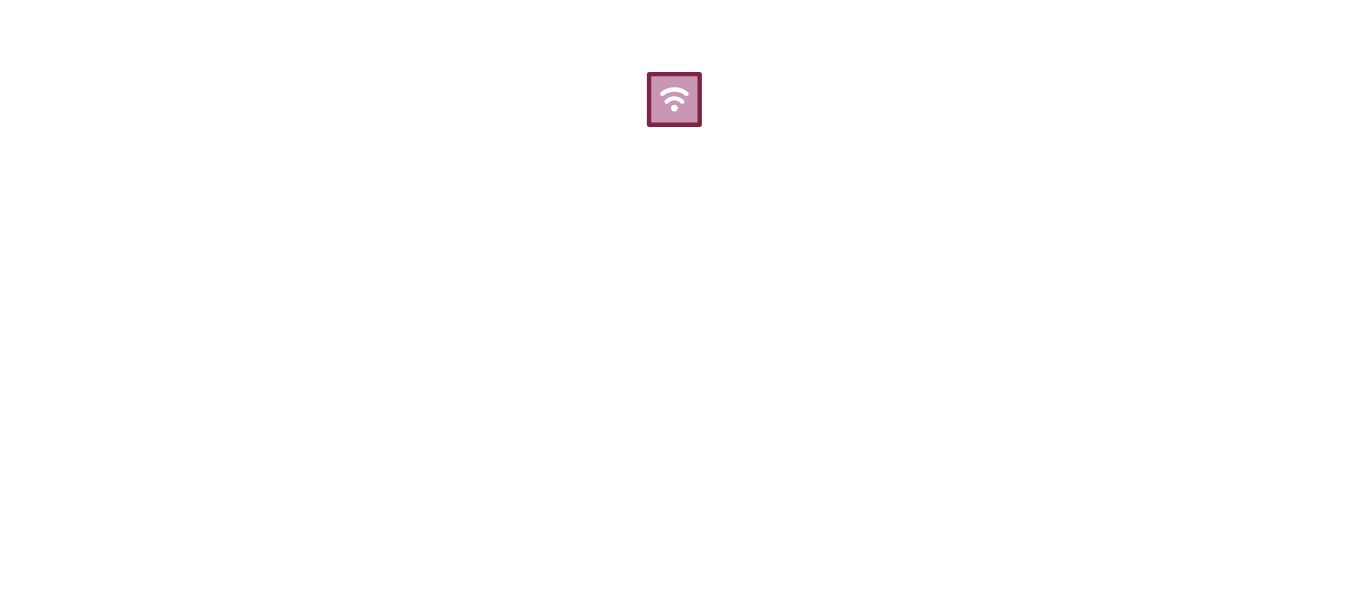
Before: simulator-v2/Untitled Diagram.drawio in South-s-Eagles/EEG-Sensor, a draw.io diagram. Source tidied: cells renumbered, new cells numbered last; positions are measured from the earlier drawing's top-left corner, leaving out a move shared by most shapes. Both pictures are drawn from the tidied source at 125%, with x=0, y=0 at pixel (646, 71).
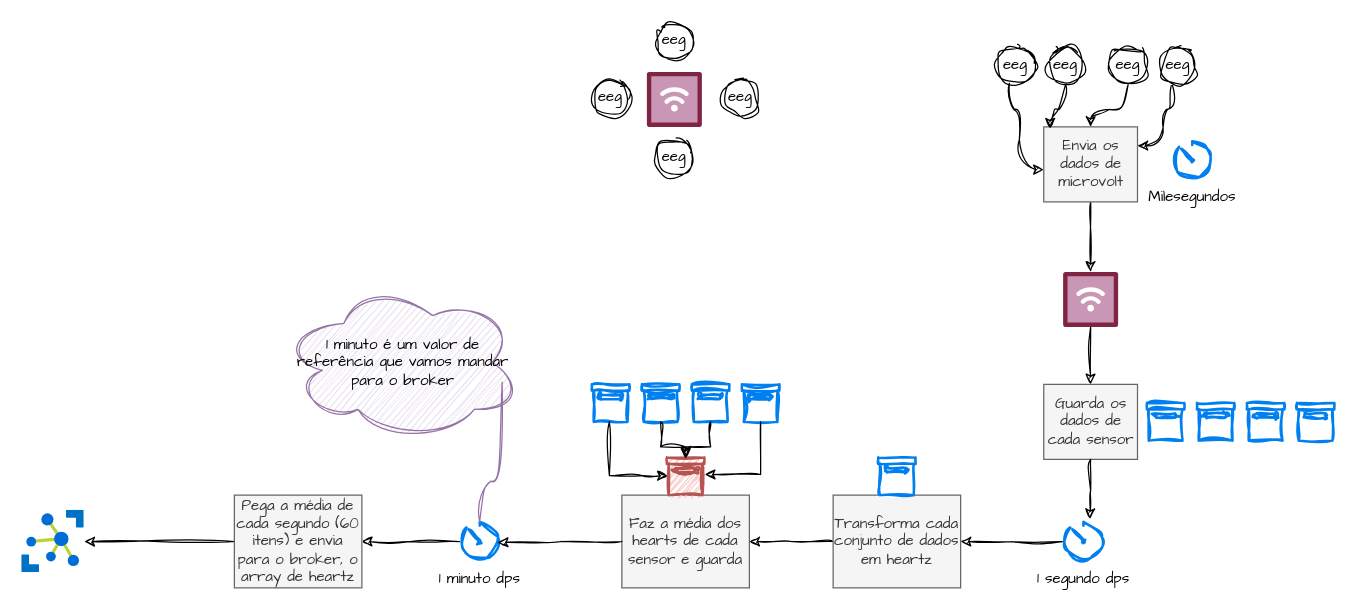
The same diagram, later.

Change to the diagram source:
```diff
@@
+    <mxCell id="3" value="eeg" style="ellipse;whiteSpace=wrap;html=1;sketch=1;hachureGap=4;jiggle=2;curveFitting=1;fontFamily=Architects Daughter;" parent="1" vertex="1">
+      <mxGeometry x="280" y="-20" width="30" height="30" as="geometry" />
+    </mxCell>
+    <mxCell id="4" style="edgeStyle=orthogonalEdgeStyle;rounded=0;sketch=1;hachureGap=4;jiggle=2;curveFitting=1;jettySize=auto;html=1;fontFamily=Architects Daughter;" parent="1" edge="1" source="5" target="8">
+      <mxGeometry relative="1" as="geometry" />
+    </mxCell>
+    <mxCell id="5" value="Envia os dados de microvolt" style="rounded=0;whiteSpace=wrap;html=1;hachureGap=4;fontFamily=Architects Daughter;fillColor=#f5f5f5;fontColor=#333333;strokeColor=#666666;" parent="1" vertex="1">
+      <mxGeometry x="317.5" y="44" width="75" height="60" as="geometry" />
+    </mxCell>
+    <mxCell id="6" value="Milesegundos" style="html=1;verticalLabelPosition=bottom;align=center;labelBackgroundColor=#ffffff;verticalAlign=top;strokeWidth=2;strokeColor=#0080F0;shadow=0;dashed=0;shape=mxgraph.ios7.icons.gauge;sketch=1;hachureGap=4;jiggle=2;curveFitting=1;fontFamily=Architects Daughter;" parent="1" vertex="1">
+      <mxGeometry x="420" y="55.5" width="32.4" height="31.5" as="geometry" />
+    </mxCell>
+    <mxCell id="7" style="edgeStyle=orthogonalEdgeStyle;rounded=0;sketch=1;hachureGap=4;jiggle=2;curveFitting=1;jettySize=auto;html=1;entryX=0.5;entryY=0;entryDx=0;entryDy=0;fontFamily=Architects Daughter;" parent="1" edge="1" source="8" target="22">
+      <mxGeometry relative="1" as="geometry" />
+    </mxCell>
+    <mxCell id="8" style="verticalLabelPosition=bottom;html=1;shape=mxgraph.salesforce.iot;hachureGap=4;fontFamily=Architects Daughter;" parent="1" vertex="1">
+      <mxGeometry x="333" y="160" width="44" height="44" as="geometry" />
+    </mxCell>
+    <mxCell id="9" style="edgeStyle=orthogonalEdgeStyle;rounded=0;sketch=1;hachureGap=4;jiggle=2;curveFitting=1;jettySize=auto;html=1;fontFamily=Architects Daughter;curved=1;" parent="1" edge="1" source="10" target="5">
+      <mxGeometry relative="1" as="geometry" />
+    </mxCell>
+    <mxCell id="10" value="eeg" style="ellipse;whiteSpace=wrap;html=1;sketch=1;hachureGap=4;jiggle=2;curveFitting=1;fontFamily=Architects Daughter;" parent="1" vertex="1">
+      <mxGeometry x="370" y="-20" width="30" height="30" as="geometry" />
+    </mxCell>
+    <mxCell id="11" style="edgeStyle=orthogonalEdgeStyle;rounded=0;sketch=1;hachureGap=4;jiggle=2;curveFitting=1;jettySize=auto;html=1;entryX=1;entryY=0.25;entryDx=0;entryDy=0;fontFamily=Architects Daughter;curved=1;" parent="1" edge="1" source="12" target="5">
+      <mxGeometry relative="1" as="geometry">
+        <Array as="points">
+          <mxPoint x="420" y="30" />
+          <mxPoint x="413" y="30" />
+          <mxPoint x="413" y="59" />
+        </Array>
+      </mxGeometry>
+    </mxCell>
+    <mxCell id="12" value="eeg" style="ellipse;whiteSpace=wrap;html=1;sketch=1;hachureGap=4;jiggle=2;curveFitting=1;fontFamily=Architects Daughter;" parent="1" vertex="1">
+      <mxGeometry x="410" y="-20" width="30" height="30" as="geometry" />
+    </mxCell>
+    <mxCell id="13" style="edgeStyle=orthogonalEdgeStyle;rounded=0;sketch=1;hachureGap=4;jiggle=2;curveFitting=1;jettySize=auto;html=1;entryX=0;entryY=0.571;entryDx=0;entryDy=0;entryPerimeter=0;fontFamily=Architects Daughter;curved=1;" parent="1" edge="1" source="3" target="5">
+      <mxGeometry relative="1" as="geometry">
+        <Array as="points">
+          <mxPoint x="290" y="30" />
+          <mxPoint x="298" y="30" />
+          <mxPoint x="298" y="78" />
+        </Array>
+      </mxGeometry>
+    </mxCell>
+    <mxCell id="14" value="eeg" style="ellipse;whiteSpace=wrap;html=1;sketch=1;hachureGap=4;jiggle=2;curveFitting=1;fontFamily=Architects Daughter;" parent="1" vertex="1">
+      <mxGeometry x="320" y="-20" width="30" height="30" as="geometry" />
+    </mxCell>
+    <mxCell id="15" style="edgeStyle=orthogonalEdgeStyle;rounded=0;sketch=1;hachureGap=4;jiggle=2;curveFitting=1;jettySize=auto;html=1;entryX=0.07;entryY=0.023;entryDx=0;entryDy=0;entryPerimeter=0;fontFamily=Architects Daughter;curved=1;" parent="1" edge="1" source="14" target="5">
+      <mxGeometry relative="1" as="geometry" />
+    </mxCell>
+    <mxCell id="16" style="edgeStyle=orthogonalEdgeStyle;rounded=0;sketch=1;hachureGap=4;jiggle=2;curveFitting=1;jettySize=auto;html=1;entryX=1;entryY=0.5;entryDx=0;entryDy=0;fontFamily=Architects Daughter;" parent="1" edge="1" source="17" target="25">
+      <mxGeometry relative="1" as="geometry" />
+    </mxCell>
+    <mxCell id="17" value="1 segundo dps" style="html=1;verticalLabelPosition=bottom;align=center;labelBackgroundColor=#ffffff;verticalAlign=top;strokeWidth=2;strokeColor=#0080F0;shadow=0;dashed=0;shape=mxgraph.ios7.icons.gauge;sketch=1;hachureGap=4;jiggle=2;curveFitting=1;fontFamily=Architects Daughter;" parent="1" vertex="1">
+      <mxGeometry x="333" y="360" width="32.4" height="31.5" as="geometry" />
+    </mxCell>
+    <mxCell id="18" style="html=1;verticalLabelPosition=bottom;align=center;labelBackgroundColor=#ffffff;verticalAlign=top;strokeWidth=2;strokeColor=#0080F0;shadow=0;dashed=0;shape=mxgraph.ios7.icons.box;sketch=1;hachureGap=4;jiggle=2;curveFitting=1;fontFamily=Architects Daughter;" parent="1" vertex="1">
+      <mxGeometry x="400" y="265" width="30" height="30" as="geometry" />
+    </mxCell>
+    <mxCell id="19" style="html=1;verticalLabelPosition=bottom;align=center;labelBackgroundColor=#ffffff;verticalAlign=top;strokeWidth=2;strokeColor=#0080F0;shadow=0;dashed=0;shape=mxgraph.ios7.icons.box;sketch=1;hachureGap=4;jiggle=2;curveFitting=1;fontFamily=Architects Daughter;" parent="1" vertex="1">
+      <mxGeometry x="440" y="265" width="30" height="30" as="geometry" />
+    </mxCell>
+    <mxCell id="20" style="html=1;verticalLabelPosition=bottom;align=center;labelBackgroundColor=#ffffff;verticalAlign=top;strokeWidth=2;strokeColor=#0080F0;shadow=0;dashed=0;shape=mxgraph.ios7.icons.box;sketch=1;hachureGap=4;jiggle=2;curveFitting=1;fontFamily=Architects Daughter;" parent="1" vertex="1">
+      <mxGeometry x="480" y="265" width="30" height="30" as="geometry" />
+    </mxCell>
+    <mxCell id="21" style="html=1;verticalLabelPosition=bottom;align=center;labelBackgroundColor=#ffffff;verticalAlign=top;strokeWidth=2;strokeColor=#0080F0;shadow=0;dashed=0;shape=mxgraph.ios7.icons.box;sketch=1;hachureGap=4;jiggle=2;curveFitting=1;fontFamily=Architects Daughter;" parent="1" vertex="1">
+      <mxGeometry x="520" y="265" width="30" height="30" as="geometry" />
+    </mxCell>
+    <mxCell id="22" value="Guarda os dados de cada sensor" style="rounded=0;whiteSpace=wrap;html=1;hachureGap=4;fontFamily=Architects Daughter;fillColor=#f5f5f5;fontColor=#333333;strokeColor=#666666;" parent="1" vertex="1">
+      <mxGeometry x="317.5" y="250" width="75" height="60" as="geometry" />
+    </mxCell>
+    <mxCell id="23" style="edgeStyle=orthogonalEdgeStyle;rounded=0;sketch=1;hachureGap=4;jiggle=2;curveFitting=1;jettySize=auto;html=1;entryX=0.665;entryY=-0.071;entryDx=0;entryDy=0;entryPerimeter=0;fontFamily=Architects Daughter;" parent="1" edge="1" source="22" target="17">
+      <mxGeometry relative="1" as="geometry" />
+    </mxCell>
+    <mxCell id="24" style="edgeStyle=orthogonalEdgeStyle;rounded=0;sketch=1;hachureGap=4;jiggle=2;curveFitting=1;jettySize=auto;html=1;entryX=1;entryY=0.5;entryDx=0;entryDy=0;fontFamily=Architects Daughter;" parent="1" edge="1" source="25" target="27">
+      <mxGeometry relative="1" as="geometry" />
+    </mxCell>
+    <mxCell id="25" value="Transforma cada conjunto de dados em heartz" style="rounded=0;whiteSpace=wrap;html=1;hachureGap=4;fontFamily=Architects Daughter;fillColor=#f5f5f5;fontColor=#333333;strokeColor=#666666;" parent="1" vertex="1">
+      <mxGeometry x="149" y="338.6" width="102" height="74.2" as="geometry" />
+    </mxCell>
+    <mxCell id="26" style="html=1;verticalLabelPosition=bottom;align=center;labelBackgroundColor=#ffffff;verticalAlign=top;strokeWidth=2;strokeColor=#0080F0;shadow=0;dashed=0;shape=mxgraph.ios7.icons.box;sketch=1;hachureGap=4;jiggle=2;curveFitting=1;fontFamily=Architects Daughter;" parent="1" vertex="1">
+      <mxGeometry x="185" y="308.6" width="30" height="30" as="geometry" />
+    </mxCell>
+    <mxCell id="27" value="Faz a média dos hearts de cada sensor e guarda " style="rounded=0;whiteSpace=wrap;html=1;hachureGap=4;fontFamily=Architects Daughter;fillColor=#f5f5f5;fontColor=#333333;strokeColor=#666666;" parent="1" vertex="1">
+      <mxGeometry x="-20" y="338.6" width="102" height="74.2" as="geometry" />
+    </mxCell>
+    <mxCell id="28" style="html=1;verticalLabelPosition=bottom;align=center;labelBackgroundColor=#ffffff;verticalAlign=top;strokeWidth=2;strokeColor=#0080F0;shadow=0;dashed=0;shape=mxgraph.ios7.icons.box;sketch=1;hachureGap=4;jiggle=2;curveFitting=1;fontFamily=Architects Daughter;" parent="1" vertex="1">
+      <mxGeometry x="-44" y="250" width="30" height="30" as="geometry" />
+    </mxCell>
+    <mxCell id="29" style="html=1;verticalLabelPosition=bottom;align=center;labelBackgroundColor=#ffffff;verticalAlign=top;strokeWidth=2;strokeColor=#0080F0;shadow=0;dashed=0;shape=mxgraph.ios7.icons.box;sketch=1;hachureGap=4;jiggle=2;curveFitting=1;fontFamily=Architects Daughter;" parent="1" vertex="1">
+      <mxGeometry x="-4" y="250" width="30" height="30" as="geometry" />
+    </mxCell>
+    <mxCell id="30" style="html=1;verticalLabelPosition=bottom;align=center;labelBackgroundColor=#ffffff;verticalAlign=top;strokeWidth=2;strokeColor=#0080F0;shadow=0;dashed=0;shape=mxgraph.ios7.icons.box;sketch=1;hachureGap=4;jiggle=2;curveFitting=1;fontFamily=Architects Daughter;" parent="1" vertex="1">
+      <mxGeometry x="36" y="250" width="30" height="30" as="geometry" />
+    </mxCell>
+    <mxCell id="31" style="html=1;verticalLabelPosition=bottom;align=center;labelBackgroundColor=#ffffff;verticalAlign=top;strokeWidth=2;strokeColor=#0080F0;shadow=0;dashed=0;shape=mxgraph.ios7.icons.box;sketch=1;hachureGap=4;jiggle=2;curveFitting=1;fontFamily=Architects Daughter;" parent="1" vertex="1">
+      <mxGeometry x="76" y="250" width="30" height="30" as="geometry" />
+    </mxCell>
+    <mxCell id="32" style="html=1;verticalLabelPosition=bottom;align=center;labelBackgroundColor=#ffffff;verticalAlign=top;strokeWidth=2;strokeColor=#b85450;shadow=0;dashed=0;shape=mxgraph.ios7.icons.box;sketch=1;hachureGap=4;jiggle=2;curveFitting=1;fontFamily=Architects Daughter;fillColor=#f8cecc;" parent="1" vertex="1">
+      <mxGeometry x="16" y="308.6" width="30" height="30" as="geometry" />
+    </mxCell>
+    <mxCell id="33" style="edgeStyle=orthogonalEdgeStyle;rounded=0;sketch=1;hachureGap=4;jiggle=2;curveFitting=1;jettySize=auto;html=1;entryX=0.024;entryY=0.489;entryDx=0;entryDy=0;entryPerimeter=0;fontFamily=Architects Daughter;" parent="1" edge="1" source="28" target="32">
+      <mxGeometry relative="1" as="geometry">
+        <Array as="points">
+          <mxPoint x="-30" y="323" />
+          <mxPoint x="-4" y="323" />
+        </Array>
+      </mxGeometry>
+    </mxCell>
+    <mxCell id="34" style="edgeStyle=orthogonalEdgeStyle;rounded=0;sketch=1;hachureGap=4;jiggle=2;curveFitting=1;jettySize=auto;html=1;entryX=0.5;entryY=0.031;entryDx=0;entryDy=0;entryPerimeter=0;fontFamily=Architects Daughter;" parent="1" edge="1" source="29" target="32">
+      <mxGeometry relative="1" as="geometry" />
+    </mxCell>
+    <mxCell id="35" style="edgeStyle=orthogonalEdgeStyle;rounded=0;sketch=1;hachureGap=4;jiggle=2;curveFitting=1;jettySize=auto;html=1;entryX=0.519;entryY=-0.026;entryDx=0;entryDy=0;entryPerimeter=0;fontFamily=Architects Daughter;" parent="1" edge="1" source="30" target="32">
+      <mxGeometry relative="1" as="geometry" />
+    </mxCell>
+    <mxCell id="36" style="edgeStyle=orthogonalEdgeStyle;rounded=0;sketch=1;hachureGap=4;jiggle=2;curveFitting=1;jettySize=auto;html=1;entryX=1.014;entryY=0.45;entryDx=0;entryDy=0;entryPerimeter=0;fontFamily=Architects Daughter;" parent="1" edge="1" source="31" target="32">
+      <mxGeometry relative="1" as="geometry">
+        <Array as="points">
+          <mxPoint x="91" y="322" />
+        </Array>
+      </mxGeometry>
+    </mxCell>
+    <mxCell id="37" style="edgeStyle=orthogonalEdgeStyle;rounded=0;sketch=1;hachureGap=4;jiggle=2;curveFitting=1;jettySize=auto;html=1;fontFamily=Architects Daughter;" parent="1" edge="1" source="38" target="43">
+      <mxGeometry relative="1" as="geometry" />
+    </mxCell>
+    <mxCell id="38" value="1 minuto dps" style="html=1;verticalLabelPosition=bottom;align=center;labelBackgroundColor=#ffffff;verticalAlign=top;strokeWidth=2;strokeColor=#0080F0;shadow=0;dashed=0;shape=mxgraph.ios7.icons.gauge;sketch=1;hachureGap=4;jiggle=2;curveFitting=1;fontFamily=Architects Daughter;" parent="1" vertex="1">
+      <mxGeometry x="-150" y="360" width="32.4" height="31.5" as="geometry" />
+    </mxCell>
+    <mxCell id="39" style="edgeStyle=orthogonalEdgeStyle;rounded=0;sketch=1;hachureGap=4;jiggle=2;curveFitting=1;jettySize=auto;html=1;entryX=0.948;entryY=0.522;entryDx=0;entryDy=0;entryPerimeter=0;fontFamily=Architects Daughter;" parent="1" edge="1" source="27" target="38">
+      <mxGeometry relative="1" as="geometry" />
+    </mxCell>
+    <mxCell id="40" value="1 minuto é um valor de referência que vamos mandar para o broker " style="ellipse;shape=cloud;whiteSpace=wrap;html=1;sketch=1;hachureGap=4;jiggle=2;curveFitting=1;fontFamily=Architects Daughter;fillColor=#e1d5e7;strokeColor=#9673a6;" parent="1" vertex="1">
+      <mxGeometry x="-290" y="170" width="190" height="125" as="geometry" />
+    </mxCell>
+    <mxCell id="41" style="edgeStyle=orthogonalEdgeStyle;rounded=0;sketch=1;hachureGap=4;jiggle=2;curveFitting=1;jettySize=auto;html=1;entryX=0.917;entryY=0.625;entryDx=0;entryDy=0;entryPerimeter=0;fontFamily=Architects Daughter;curved=1;endArrow=none;endFill=0;fillColor=#e1d5e7;strokeColor=#9673a6;" parent="1" edge="1" source="38" target="40">
+      <mxGeometry relative="1" as="geometry" />
+    </mxCell>
+    <mxCell id="42" style="edgeStyle=orthogonalEdgeStyle;rounded=0;sketch=1;hachureGap=4;jiggle=2;curveFitting=1;jettySize=auto;html=1;fontFamily=Architects Daughter;curved=1;" parent="1" edge="1" source="43" target="48">
+      <mxGeometry relative="1" as="geometry" />
+    </mxCell>
+    <mxCell id="43" value="Pega a média de cada segundo (60 itens) e envia para o broker, o array de heartz" style="rounded=0;whiteSpace=wrap;html=1;hachureGap=4;fontFamily=Architects Daughter;fillColor=#f5f5f5;fontColor=#333333;strokeColor=#666666;" parent="1" vertex="1">
+      <mxGeometry x="-330" y="338.6" width="102" height="74.2" as="geometry" />
+    </mxCell>
+    <mxCell id="44" value="eeg" style="ellipse;whiteSpace=wrap;html=1;sketch=1;hachureGap=4;jiggle=2;curveFitting=1;fontFamily=Architects Daughter;" parent="1" vertex="1">
+      <mxGeometry x="7" y="-40" width="30" height="30" as="geometry" />
+    </mxCell>
+    <mxCell id="45" value="eeg" style="ellipse;whiteSpace=wrap;html=1;sketch=1;hachureGap=4;jiggle=2;curveFitting=1;fontFamily=Architects Daughter;" parent="1" vertex="1">
+      <mxGeometry x="-44" y="5.5" width="30" height="30" as="geometry" />
+    </mxCell>
+    <mxCell id="46" value="eeg" style="ellipse;whiteSpace=wrap;html=1;sketch=1;hachureGap=4;jiggle=2;curveFitting=1;fontFamily=Architects Daughter;" parent="1" vertex="1">
+      <mxGeometry x="7" y="54" width="30" height="30" as="geometry" />
+    </mxCell>
+    <mxCell id="47" value="eeg" style="ellipse;whiteSpace=wrap;html=1;sketch=1;hachureGap=4;jiggle=2;curveFitting=1;fontFamily=Architects Daughter;" parent="1" vertex="1">
+      <mxGeometry x="60" y="5.5" width="30" height="30" as="geometry" />
+    </mxCell>
+    <mxCell id="48" style="image;sketch=0;html=1;points=[];align=center;fontSize=12;image=img/lib/mscae/Azure_IoT_Hub.svg;hachureGap=4;jiggle=2;curveFitting=1;fontFamily=Architects Daughter;" parent="1" vertex="1">
+      <mxGeometry x="-500" y="350.8" width="50" height="50" as="geometry" />
+    </mxCell>
```
